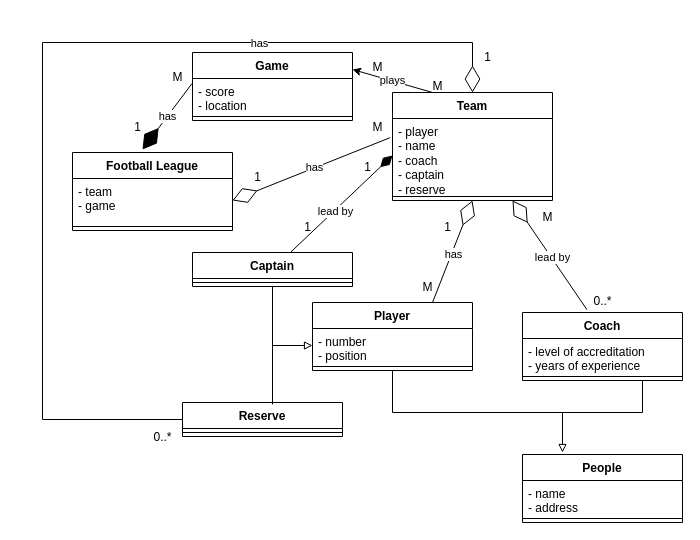
Before: tuto3q5.drawio in justn0thinghere/drawio, a draw.io diagram. Source tidied: cells renumbered, new cells numbered last; positions are measured from the earlier drawing's top-left corner, leaving out a move shared by most shapes. Both pictures are drawn from the tidied source at 100%, with x=0, y=0 at pixel (42, 42).
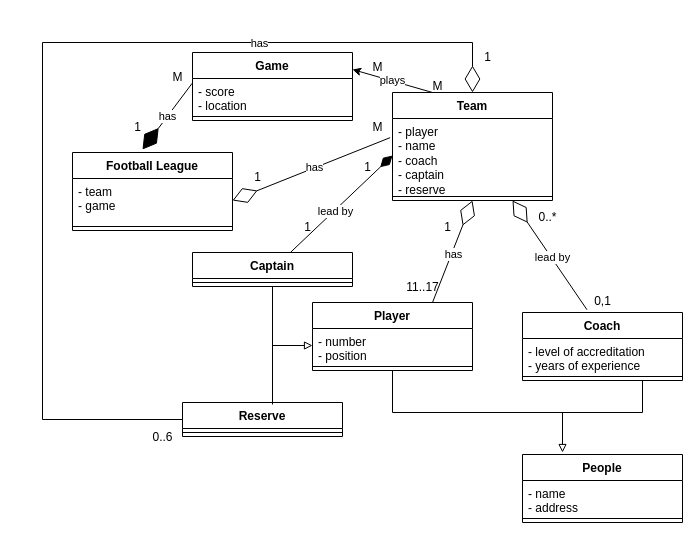
Above is the later version.

Change to the diagram source:
```diff
@@
-    <mxCell id="37" value="0..*" style="text;html=1;align=center;verticalAlign=middle;strokeColor=none;fillColor=none;" parent="1" vertex="1">
+    <mxCell id="37" value="0..6" style="text;html=1;align=center;verticalAlign=middle;strokeColor=none;fillColor=none;" parent="1" vertex="1">
       <mxGeometry x="100" y="380" width="40" height="30" as="geometry" />
     </mxCell>
@@
-    <mxCell id="41" value="M" style="text;html=1;align=center;verticalAlign=middle;strokeColor=none;fillColor=none;" parent="1" vertex="1">
-      <mxGeometry x="370" y="230" width="30" height="30" as="geometry" />
+    <mxCell id="41" value="11..17" style="text;html=1;align=center;verticalAlign=middle;strokeColor=none;fillColor=none;" parent="1" vertex="1">
+      <mxGeometry x="350" y="230" width="60" height="30" as="geometry" />
     </mxCell>
@@
-    <mxCell id="44" value="M" style="text;html=1;align=center;verticalAlign=middle;strokeColor=none;fillColor=none;" parent="1" vertex="1">
-      <mxGeometry x="490" y="160" width="30" height="30" as="geometry" />
+    <mxCell id="44" value="0..*" style="text;html=1;align=center;verticalAlign=middle;strokeColor=none;fillColor=none;" parent="1" vertex="1">
+      <mxGeometry x="485" y="160" width="40" height="30" as="geometry" />
     </mxCell>
-    <mxCell id="45" value="0..*" style="text;html=1;align=center;verticalAlign=middle;strokeColor=none;fillColor=none;" parent="1" vertex="1">
+    <mxCell id="45" value="0,1" style="text;html=1;align=center;verticalAlign=middle;strokeColor=none;fillColor=none;" parent="1" vertex="1">
       <mxGeometry x="540" y="244" width="40" height="30" as="geometry" />
     </mxCell>
```
